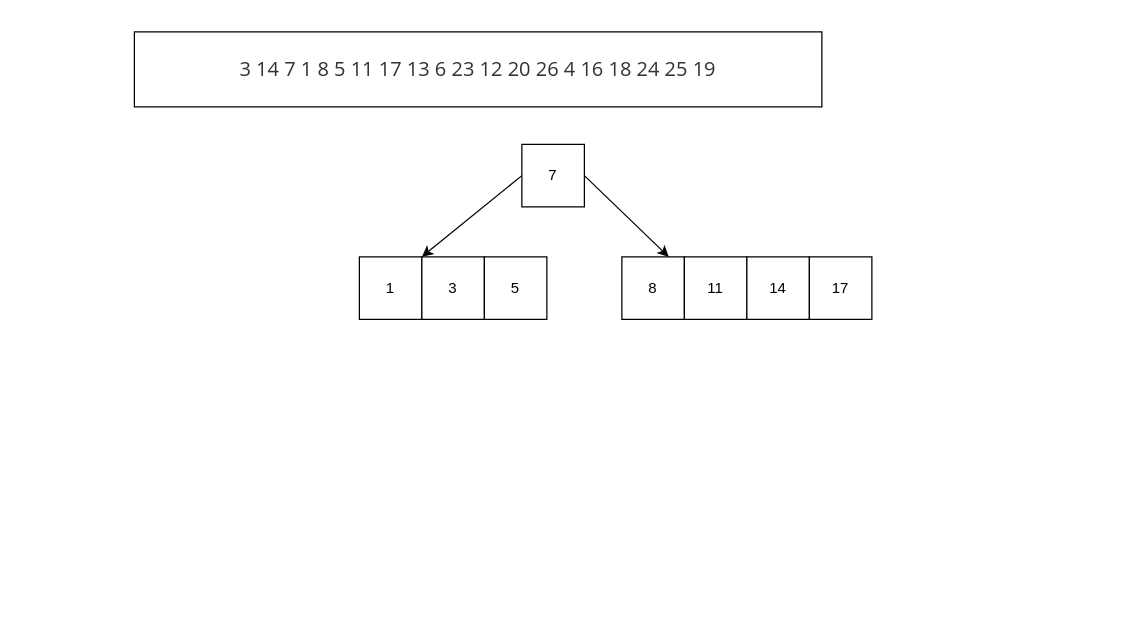
Above: BTree练习/Untitled Diagram.drawio in HuShuai0126/UntitledDiagram (draw.io), before the change. Source tidied: cells renumbered, new cells numbered last; positions are measured from the earlier drawing's top-left corner, leaving out a move shared by most shapes. Both pictures are drawn from the tidied source at 125%, with x=0, y=0 at pixel (134, 31).
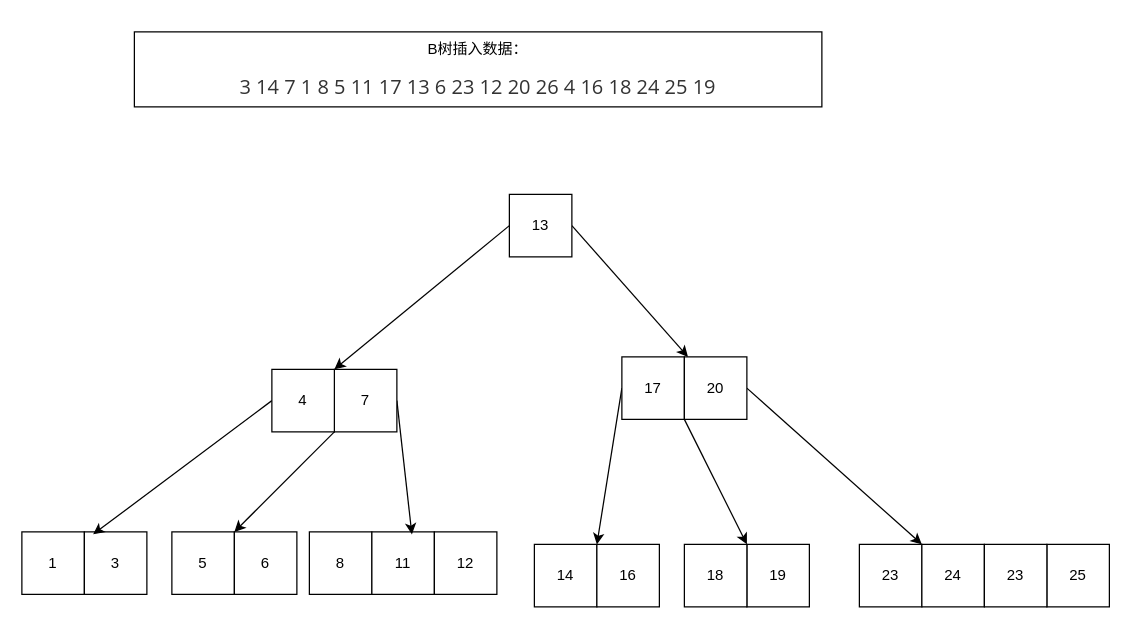
The same page after the edit.

Change to the diagram source:
```diff
@@
-    <mxCell id="2" value="&#10;&#10;&lt;span style=&quot;color: rgb(51, 51, 51); font-family: &amp;quot;open sans&amp;quot;, &amp;quot;clear sans&amp;quot;, &amp;quot;helvetica neue&amp;quot;, helvetica, arial, sans-serif; font-size: 16px; font-style: normal; font-weight: 400; letter-spacing: normal; text-indent: 0px; text-transform: none; word-spacing: 0px; background-color: rgb(255, 255, 255); display: inline; float: none;&quot;&gt;3 14 7 1 8 5 11 17 13 6 23 12 20 26 4 16 18 24 25 19&lt;/span&gt;&#10;&#10;" style="rounded=0;whiteSpace=wrap;html=1;" parent="1" vertex="1">
+    <mxCell id="2" value="B树插入数据：&lt;br&gt;&lt;br&gt;&lt;span style=&quot;color: rgb(51 , 51 , 51) ; font-family: &amp;#34;open sans&amp;#34; , &amp;#34;clear sans&amp;#34; , &amp;#34;helvetica neue&amp;#34; , &amp;#34;helvetica&amp;#34; , &amp;#34;arial&amp;#34; , sans-serif ; font-size: 16px ; font-style: normal ; font-weight: 400 ; letter-spacing: normal ; text-indent: 0px ; text-transform: none ; word-spacing: 0px ; background-color: rgb(255 , 255 , 255) ; display: inline ; float: none&quot;&gt;3 14 7 1 8 5 11 17 13 6 23 12 20 26 4 16 18 24 25 19&lt;/span&gt;&lt;br&gt;" style="rounded=0;whiteSpace=wrap;html=1;" parent="1" vertex="1">
       <mxGeometry width="550" height="60" as="geometry" />
     </mxCell>
     <mxCell id="3" value="1" style="rounded=0;whiteSpace=wrap;html=1;" parent="1" vertex="1">
-      <mxGeometry x="180" y="180" width="50" height="50" as="geometry" />
+      <mxGeometry x="-90" y="400" width="50" height="50" as="geometry" />
     </mxCell>
     <mxCell id="4" value="3" style="rounded=0;whiteSpace=wrap;html=1;" parent="1" vertex="1">
-      <mxGeometry x="230" y="180" width="50" height="50" as="geometry" />
+      <mxGeometry x="-40" y="400" width="50" height="50" as="geometry" />
     </mxCell>
     <mxCell id="5" value="8" style="rounded=0;whiteSpace=wrap;html=1;" parent="1" vertex="1">
-      <mxGeometry x="390" y="180" width="50" height="50" as="geometry" />
+      <mxGeometry x="140" y="400" width="50" height="50" as="geometry" />
     </mxCell>
     <mxCell id="6" value="5" style="rounded=0;whiteSpace=wrap;html=1;" parent="1" vertex="1">
-      <mxGeometry x="280" y="180" width="50" height="50" as="geometry" />
+      <mxGeometry x="30" y="400" width="50" height="50" as="geometry" />
     </mxCell>
     <mxCell id="7" value="11" style="rounded=0;whiteSpace=wrap;html=1;" parent="1" vertex="1">
-      <mxGeometry x="440" y="180" width="50" height="50" as="geometry" />
+      <mxGeometry x="190" y="400" width="50" height="50" as="geometry" />
     </mxCell>
-    <mxCell id="8" style="rounded=0;jettySize=auto;html=1;exitX=0;exitY=0.5;exitDx=0;exitDy=0;entryX=0;entryY=0;entryDx=0;entryDy=0;" parent="1" edge="1" source="10" target="4">
-      <mxGeometry relative="1" as="geometry" />
-    </mxCell>
-    <mxCell id="9" style="edgeStyle=none;rounded=0;jettySize=auto;html=1;exitX=1;exitY=0.5;exitDx=0;exitDy=0;entryX=0.75;entryY=0;entryDx=0;entryDy=0;" parent="1" edge="1" source="10" target="5">
-      <mxGeometry relative="1" as="geometry" />
-    </mxCell>
+    <mxCell id="13" style="edgeStyle=none;rounded=0;jettySize=auto;html=1;exitX=1;exitY=0.5;exitDx=0;exitDy=0;entryX=0.64;entryY=0.04;entryDx=0;entryDy=0;entryPerimeter=0;" parent="1" edge="1" source="10" target="7">
+      <mxGeometry relative="1" as="geometry" />
+    </mxCell>
     <mxCell id="10" value="7" style="rounded=0;whiteSpace=wrap;html=1;" parent="1" vertex="1">
-      <mxGeometry x="310" y="90" width="50" height="50" as="geometry" />
+      <mxGeometry x="160" y="270" width="50" height="50" as="geometry" />
     </mxCell>
     <mxCell id="11" value="14" style="rounded=0;whiteSpace=wrap;html=1;" parent="1" vertex="1">
-      <mxGeometry x="490" y="180" width="50" height="50" as="geometry" />
+      <mxGeometry x="320" y="410" width="50" height="50" as="geometry" />
     </mxCell>
+    <mxCell id="14" style="edgeStyle=none;rounded=0;jettySize=auto;html=1;exitX=0;exitY=0.5;exitDx=0;exitDy=0;entryX=1;entryY=0;entryDx=0;entryDy=0;" parent="1" edge="1" source="12" target="11">
+      <mxGeometry relative="1" as="geometry" />
+    </mxCell>
     <mxCell id="12" value="17" style="rounded=0;whiteSpace=wrap;html=1;" parent="1" vertex="1">
-      <mxGeometry x="540" y="180" width="50" height="50" as="geometry" />
+      <mxGeometry x="390" y="260" width="50" height="50" as="geometry" />
     </mxCell>
+    <mxCell id="15" style="edgeStyle=none;rounded=0;jettySize=auto;html=1;exitX=0;exitY=0.5;exitDx=0;exitDy=0;entryX=1;entryY=0;entryDx=0;entryDy=0;" parent="1" edge="1" source="17" target="27">
+      <mxGeometry relative="1" as="geometry" />
+    </mxCell>
+    <mxCell id="16" style="edgeStyle=none;rounded=0;jettySize=auto;html=1;exitX=1;exitY=0.5;exitDx=0;exitDy=0;" parent="1" edge="1" source="17" target="24">
+      <mxGeometry relative="1" as="geometry" />
+    </mxCell>
+    <mxCell id="17" value="13" style="rounded=0;whiteSpace=wrap;html=1;" parent="1" vertex="1">
+      <mxGeometry x="300" y="130" width="50" height="50" as="geometry" />
+    </mxCell>
+    <mxCell id="18" value="6" style="rounded=0;whiteSpace=wrap;html=1;" parent="1" vertex="1">
+      <mxGeometry x="80" y="400" width="50" height="50" as="geometry" />
+    </mxCell>
+    <mxCell id="19" value="23" style="rounded=0;whiteSpace=wrap;html=1;" parent="1" vertex="1">
+      <mxGeometry x="580" y="410" width="50" height="50" as="geometry" />
+    </mxCell>
+    <mxCell id="20" value="12" style="rounded=0;whiteSpace=wrap;html=1;" parent="1" vertex="1">
+      <mxGeometry x="240" y="400" width="50" height="50" as="geometry" />
+    </mxCell>
+    <mxCell id="21" value="25" style="rounded=0;whiteSpace=wrap;html=1;" parent="1" vertex="1">
+      <mxGeometry x="730" y="410" width="50" height="50" as="geometry" />
+    </mxCell>
+    <mxCell id="22" style="edgeStyle=none;rounded=0;jettySize=auto;html=1;exitX=1;exitY=0.5;exitDx=0;exitDy=0;entryX=1;entryY=0;entryDx=0;entryDy=0;" parent="1" edge="1" source="24" target="19">
+      <mxGeometry relative="1" as="geometry" />
+    </mxCell>
+    <mxCell id="23" style="edgeStyle=none;rounded=0;jettySize=auto;html=1;exitX=0;exitY=1;exitDx=0;exitDy=0;entryX=1;entryY=0;entryDx=0;entryDy=0;" parent="1" edge="1" source="24" target="32">
+      <mxGeometry relative="1" as="geometry" />
+    </mxCell>
+    <mxCell id="24" value="20" style="rounded=0;whiteSpace=wrap;html=1;" parent="1" vertex="1">
+      <mxGeometry x="440" y="260" width="50" height="50" as="geometry" />
+    </mxCell>
+    <mxCell id="25" style="edgeStyle=none;rounded=0;jettySize=auto;html=1;exitX=0;exitY=0.5;exitDx=0;exitDy=0;entryX=0.14;entryY=0.04;entryDx=0;entryDy=0;entryPerimeter=0;" parent="1" edge="1" source="27" target="4">
+      <mxGeometry relative="1" as="geometry" />
+    </mxCell>
+    <mxCell id="26" style="edgeStyle=none;rounded=0;jettySize=auto;html=1;exitX=1;exitY=1;exitDx=0;exitDy=0;entryX=0;entryY=0;entryDx=0;entryDy=0;" parent="1" edge="1" source="27" target="18">
+      <mxGeometry relative="1" as="geometry" />
+    </mxCell>
+    <mxCell id="27" value="4" style="rounded=0;whiteSpace=wrap;html=1;" parent="1" vertex="1">
+      <mxGeometry x="110" y="270" width="50" height="50" as="geometry" />
+    </mxCell>
+    <mxCell id="28" value="16" style="rounded=0;whiteSpace=wrap;html=1;" parent="1" vertex="1">
+      <mxGeometry x="370" y="410" width="50" height="50" as="geometry" />
+    </mxCell>
+    <mxCell id="29" value="19" style="rounded=0;whiteSpace=wrap;html=1;" parent="1" vertex="1">
+      <mxGeometry x="490" y="410" width="50" height="50" as="geometry" />
+    </mxCell>
+    <mxCell id="30" value="24" style="rounded=0;whiteSpace=wrap;html=1;" parent="1" vertex="1">
+      <mxGeometry x="630" y="410" width="50" height="50" as="geometry" />
+    </mxCell>
+    <mxCell id="31" value="23" style="rounded=0;whiteSpace=wrap;html=1;" parent="1" vertex="1">
+      <mxGeometry x="680" y="410" width="50" height="50" as="geometry" />
+    </mxCell>
+    <mxCell id="32" value="18" style="rounded=0;whiteSpace=wrap;html=1;" parent="1" vertex="1">
+      <mxGeometry x="440" y="410" width="50" height="50" as="geometry" />
+    </mxCell>
```
